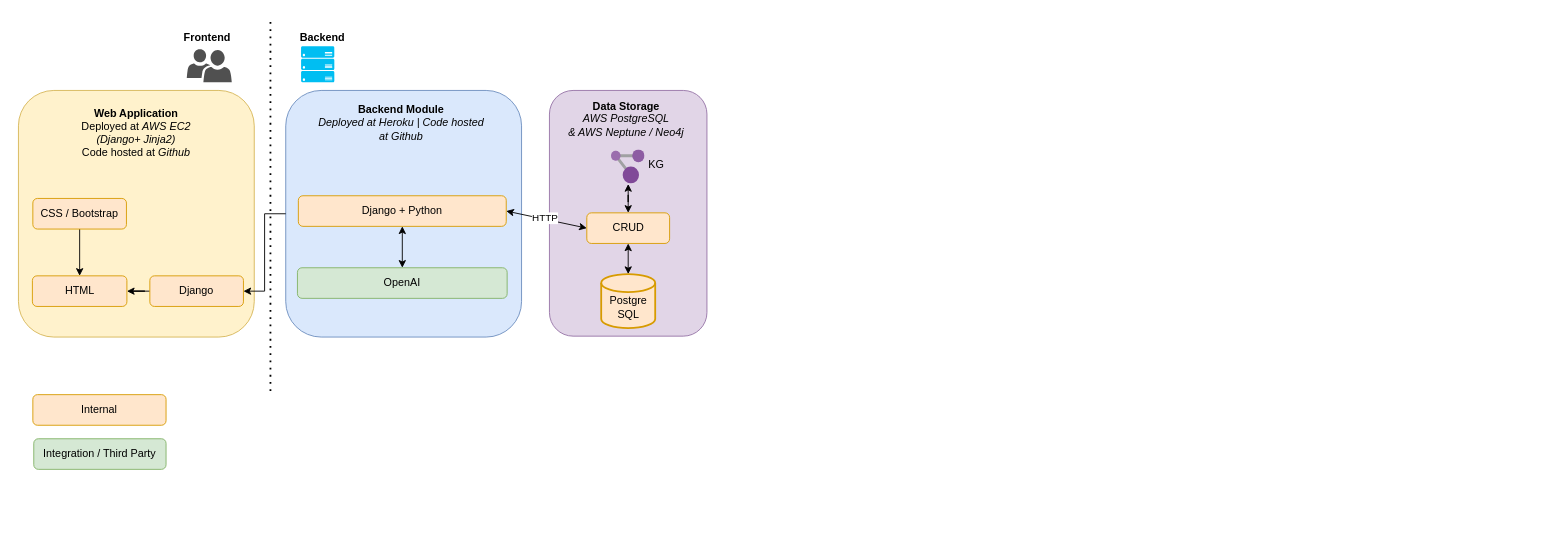
Before: page "Architecture" (1 of 6) of resources/design/PHMS.drawio in TahmeedWolf/PHMS_System_main, a draw.io diagram. Source tidied: cells renumbered, new cells numbered last; positions are measured from the earlier drawing's top-left corner, leaving out a move shared by most shapes. Both pictures are drawn from the tidied source at 90%, with x=0, y=0 at pixel (18, 16).
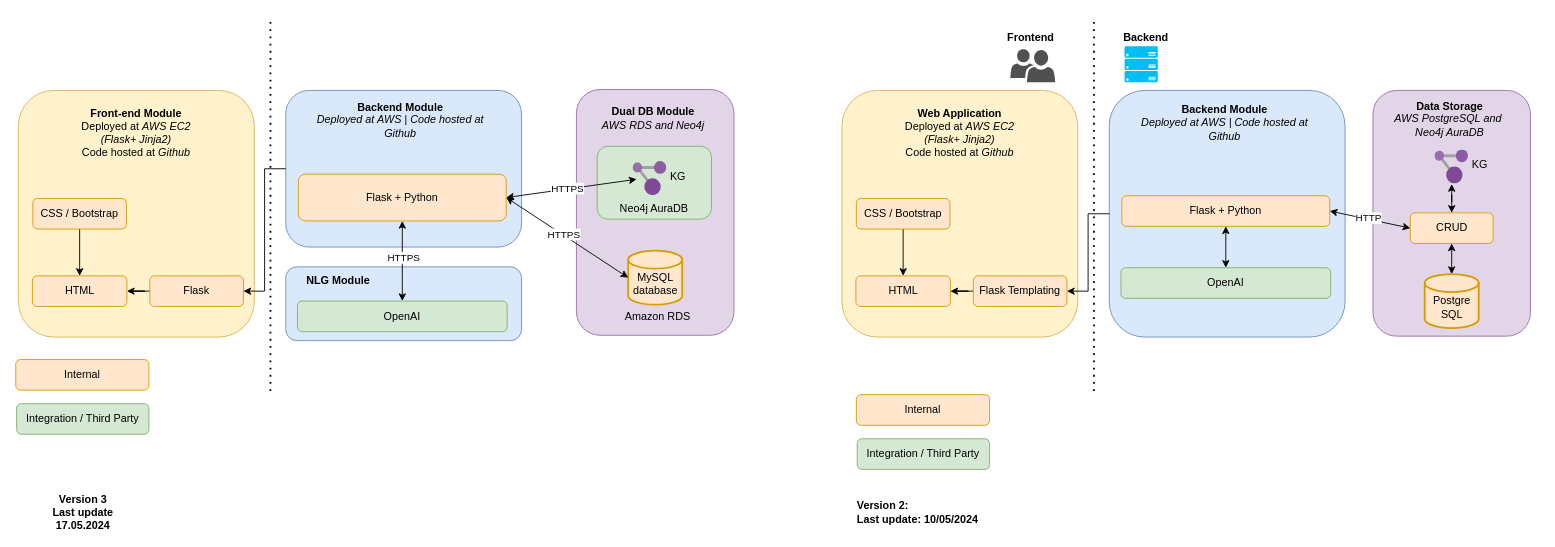
The same page after the edit.

Unchanged cells that the change refers to:
```xml
<mxCell id="9" style="edgeStyle=orthogonalEdgeStyle;rounded=0;jettySize=auto;html=1;startArrow=classic;startFill=1;" parent="1" edge="1" source="10" target="11">
  <mxGeometry relative="1" as="geometry" />
</mxCell>
```

Diff of the diagram source:
```diff
@@
+    <mxCell id="32" style="rounded=1;whiteSpace=wrap;html=1;fillColor=#dae8fc;strokeColor=#6c8ebf;" parent="1" vertex="1">
+      <mxGeometry x="297" y="278" width="262" height="82" as="geometry" />
+    </mxCell>
     <mxCell id="2" style="rounded=1;whiteSpace=wrap;html=1;fillColor=#e1d5e7;strokeColor=#9673a6;" parent="1" vertex="1">
-      <mxGeometry x="590" y="82" width="175" height="273" as="geometry" />
+      <mxGeometry x="620" y="81" width="175" height="273" as="geometry" />
     </mxCell>
+    <mxCell id="6" value="&lt;b&gt;Dual DB Module&lt;/b&gt;&lt;br&gt;&lt;i&gt;AWS RDS and&lt;/i&gt;&lt;i style=&quot;background-color: initial;&quot;&gt;&amp;nbsp;Neo4j&lt;/i&gt;" style="text;html=1;strokeColor=none;fillColor=none;align=center;verticalAlign=middle;whiteSpace=wrap;rounded=0;" parent="1" vertex="1">
+      <mxGeometry x="606" y="93" width="199" height="40" as="geometry" />
+    </mxCell>
+    <mxCell id="33" value="&lt;div&gt;&lt;br&gt;&lt;/div&gt;&lt;div&gt;&lt;br&gt;&lt;/div&gt;&lt;div&gt;&lt;br&gt;&lt;/div&gt;&lt;div&gt;&lt;br&gt;&lt;/div&gt;Neo4j AuraDB" style="rounded=1;whiteSpace=wrap;html=1;fillColor=#d5e8d4;strokeColor=#82b366;" parent="1" vertex="1">
+      <mxGeometry x="643" y="144" width="127" height="81" as="geometry" />
+    </mxCell>
     <mxCell id="3" style="rounded=1;whiteSpace=wrap;html=1;fillColor=#dae8fc;strokeColor=#6c8ebf;" parent="1" vertex="1">
-      <mxGeometry x="297" y="82" width="262" height="274" as="geometry" />
+      <mxGeometry x="297" y="82" width="262" height="174" as="geometry" />
     </mxCell>
@@
-    <mxCell id="5" value="&lt;br&gt;Postgre&lt;br&gt;SQL" style="strokeWidth=2;html=1;shape=mxgraph.flowchart.database;whiteSpace=wrap;fillColor=#ffe6cc;strokeColor=#d79b00;" parent="1" vertex="1">
-      <mxGeometry x="647.5" y="286" width="60" height="60" as="geometry" />
+    <mxCell id="5" value="&lt;div&gt;&lt;br&gt;&lt;/div&gt;MySQL&lt;div&gt;database&lt;/div&gt;" style="strokeWidth=2;html=1;shape=mxgraph.flowchart.database;whiteSpace=wrap;fillColor=#ffe6cc;strokeColor=#d79b00;" parent="1" vertex="1">
+      <mxGeometry x="677.5" y="260" width="60" height="60" as="geometry" />
     </mxCell>
-    <mxCell id="6" value="&lt;b&gt;Data Storage&lt;/b&gt;&lt;br&gt;&lt;i&gt;AWS PostgreSQL&lt;/i&gt;&lt;div&gt;&lt;i&gt;&amp;amp; AWS Neptune / Neo4j&lt;/i&gt;&lt;/div&gt;" style="text;html=1;strokeColor=none;fillColor=none;align=center;verticalAlign=middle;whiteSpace=wrap;rounded=0;" parent="1" vertex="1">
-      <mxGeometry x="576" y="94" width="199" height="40" as="geometry" />
-    </mxCell>
-    <mxCell id="7" style="edgeStyle=orthogonalEdgeStyle;rounded=0;jettySize=auto;html=1;startArrow=classic;startFill=1;" parent="1" edge="1" source="8" target="28">
-      <mxGeometry relative="1" as="geometry" />
-    </mxCell>
-    <mxCell id="8" value="CRUD" style="rounded=1;whiteSpace=wrap;html=1;fillColor=#ffe6cc;strokeColor=#d79b00;" parent="1" vertex="1">
-      <mxGeometry x="631.5" y="218" width="92" height="34" as="geometry" />
-    </mxCell>
@@
+    <mxCell id="34" value="HTTPS" style="edgeLabel;html=1;align=center;verticalAlign=middle;" parent="9" vertex="1">
+      <mxGeometry x="0.09" y="-1" relative="1" as="geometry" />
+    </mxCell>
     <mxCell id="10" value="OpenAI" style="rounded=1;whiteSpace=wrap;html=1;fillColor=#d5e8d4;strokeColor=#82b366;" parent="1" vertex="1">
-      <mxGeometry x="310" y="279" width="233" height="34" as="geometry" />
+      <mxGeometry x="310" y="316" width="233" height="34" as="geometry" />
     </mxCell>
-    <mxCell id="11" value="Django + Python" style="rounded=1;whiteSpace=wrap;html=1;fillColor=#ffe6cc;strokeColor=#d79b00;" parent="1" vertex="1">
-      <mxGeometry x="311" y="199" width="231" height="34" as="geometry" />
+    <mxCell id="11" value="Flask + Python" style="rounded=1;whiteSpace=wrap;html=1;fillColor=#ffe6cc;strokeColor=#d79b00;" parent="1" vertex="1">
+      <mxGeometry x="311" y="175" width="231" height="52" as="geometry" />
     </mxCell>
-    <mxCell id="12" value="&lt;b&gt;Backend Module&lt;/b&gt;&lt;br&gt;&lt;i&gt;Deployed at Heroku | Code hosted at Github&lt;/i&gt;" style="text;html=1;strokeColor=none;fillColor=none;align=center;verticalAlign=middle;whiteSpace=wrap;rounded=0;" parent="1" vertex="1">
-      <mxGeometry x="326" y="98" width="199" height="40" as="geometry" />
+    <mxCell id="12" value="&lt;b&gt;Backend Module&lt;/b&gt;&lt;br&gt;&lt;i&gt;Deployed at AWS | Code hosted at Github&lt;/i&gt;" style="text;html=1;strokeColor=none;fillColor=none;align=center;verticalAlign=middle;whiteSpace=wrap;rounded=0;" parent="1" vertex="1">
+      <mxGeometry x="325" y="95" width="199" height="40" as="geometry" />
     </mxCell>
-    <mxCell id="13" value="&lt;b&gt;Web Application&lt;/b&gt;&lt;br&gt;Deployed at &lt;i&gt;AWS EC2&lt;br&gt;(Django+ Jinja2)&lt;/i&gt;&lt;br style=&quot;border-color: var(--border-color);&quot;&gt;Code hosted at &lt;i&gt;Github&lt;/i&gt;" style="text;html=1;strokeColor=none;fillColor=none;align=center;verticalAlign=middle;whiteSpace=wrap;rounded=0;" parent="1" vertex="1">
+    <mxCell id="13" value="&lt;b&gt;Front-end Module&lt;/b&gt;&lt;br&gt;Deployed at &lt;i&gt;AWS EC2&lt;br&gt;(Flask+ Jinja2)&lt;/i&gt;&lt;br style=&quot;border-color: var(--border-color);&quot;&gt;Code hosted at &lt;i&gt;Github&lt;/i&gt;" style="text;html=1;strokeColor=none;fillColor=none;align=center;verticalAlign=middle;whiteSpace=wrap;rounded=0;" parent="1" vertex="1">
       <mxGeometry x="26" y="115" width="209.8" height="27" as="geometry" />
     </mxCell>
@@
-    <mxCell id="18" value="Django" style="rounded=1;whiteSpace=wrap;html=1;fillColor=#ffe6cc;strokeColor=#d79b00;" parent="1" vertex="1">
+    <mxCell id="18" value="Flask" style="rounded=1;whiteSpace=wrap;html=1;fillColor=#ffe6cc;strokeColor=#d79b00;" parent="1" vertex="1">
       <mxGeometry x="146" y="288" width="104" height="34" as="geometry" />
     </mxCell>
@@
-    <mxCell id="20" style="endArrow=classic;startArrow=classic;html=1;rounded=0;entryX=0;entryY=0.5;entryDx=0;entryDy=0;exitX=1;exitY=0.5;exitDx=0;exitDy=0;" parent="1" edge="1" source="11" target="8">
+    <mxCell id="20" style="endArrow=classic;startArrow=classic;html=1;rounded=0;exitX=1;exitY=0.5;exitDx=0;exitDy=0;entryX=0.102;entryY=0.518;entryDx=0;entryDy=0;entryPerimeter=0;" parent="1" edge="1" source="11" target="28">
       <mxGeometry relative="1" as="geometry" />
     </mxCell>
-    <mxCell id="21" value="HTTP" style="edgeLabel;html=1;align=center;verticalAlign=middle;" parent="20" vertex="1">
+    <mxCell id="21" value="HTTPS" style="edgeLabel;html=1;align=center;verticalAlign=middle;" parent="20" vertex="1">
       <mxGeometry x="-0.07" y="1" relative="1" as="geometry" />
     </mxCell>
-    <mxCell id="22" style="endArrow=classic;startArrow=classic;html=1;rounded=0;entryX=0.5;entryY=1;entryDx=0;entryDy=0;exitX=0.5;exitY=0;exitDx=0;exitDy=0;exitPerimeter=0;" parent="1" edge="1" source="5" target="8">
-      <mxGeometry relative="1" as="geometry" />
-    </mxCell>
@@
-    <mxCell id="24" value="&lt;b&gt;Backend&lt;/b&gt;" style="text;html=1;strokeColor=none;fillColor=none;align=center;verticalAlign=middle;whiteSpace=wrap;rounded=0;" parent="1" vertex="1">
-      <mxGeometry x="284" y="4" width="108" height="40" as="geometry" />
-    </mxCell>
-    <mxCell id="25" value="&lt;b&gt;Frontend&lt;/b&gt;" style="text;html=1;strokeColor=none;fillColor=none;align=center;verticalAlign=middle;whiteSpace=wrap;rounded=0;" parent="1" vertex="1">
-      <mxGeometry x="156" y="4" width="108" height="40" as="geometry" />
+    <mxCell id="25" value="&lt;b&gt;Version 3&lt;br&gt;Last update 17.05.2024&lt;/b&gt;" style="text;html=1;strokeColor=none;fillColor=none;align=center;verticalAlign=middle;whiteSpace=wrap;rounded=0;" parent="1" vertex="1">
+      <mxGeometry x="18" y="531" width="108" height="40" as="geometry" />
     </mxCell>
-    <mxCell id="26" style="verticalLabelPosition=bottom;html=1;verticalAlign=top;align=center;strokeColor=none;fillColor=#00BEF2;shape=mxgraph.azure.server_rack;" parent="1" vertex="1">
-      <mxGeometry x="314" y="33" width="37" height="40" as="geometry" />
-    </mxCell>
-    <mxCell id="27" style="sketch=0;shadow=0;dashed=0;html=1;strokeColor=none;labelPosition=center;verticalLabelPosition=bottom;verticalAlign=top;align=center;fillColor=#505050;shape=mxgraph.mscae.intune.user_group;" parent="1" vertex="1">
-      <mxGeometry x="187" y="36" width="50" height="37" as="geometry" />
-    </mxCell>
     <mxCell id="28" style="image;sketch=0;html=1;points=[];align=center;fontSize=12;image=img/lib/mscae/Resource_Graph_Explorer.svg;imageBackground=none;" parent="1" vertex="1">
-      <mxGeometry x="658.9" y="148" width="37.2" height="38" as="geometry" />
+      <mxGeometry x="683" y="161" width="37.2" height="38" as="geometry" />
     </mxCell>
     <mxCell id="29" value="&lt;span&gt;KG&lt;/span&gt;" style="text;html=1;strokeColor=none;fillColor=none;align=center;verticalAlign=middle;whiteSpace=wrap;rounded=0;fontStyle=0;" parent="1" vertex="1">
-      <mxGeometry x="692" y="145" width="34" height="40" as="geometry" />
+      <mxGeometry x="716.1" y="158" width="34" height="40" as="geometry" />
     </mxCell>
     <mxCell id="30" value="Internal" style="rounded=1;whiteSpace=wrap;html=1;fillColor=#ffe6cc;strokeColor=#d79b00;" parent="1" vertex="1">
-      <mxGeometry x="16" y="420" width="148" height="34" as="geometry" />
+      <mxGeometry x="-3" y="381" width="148" height="34" as="geometry" />
     </mxCell>
     <mxCell id="31" value="Integration / Third Party" style="rounded=1;whiteSpace=wrap;html=1;fillColor=#d5e8d4;strokeColor=#82b366;" parent="1" vertex="1">
-      <mxGeometry x="17" y="469" width="147" height="34" as="geometry" />
+      <mxGeometry x="-2" y="430" width="147" height="34" as="geometry" />
     </mxCell>
+    <mxCell id="35" style="rounded=1;whiteSpace=wrap;html=1;fillColor=#e1d5e7;strokeColor=#9673a6;" parent="1" vertex="1">
+      <mxGeometry x="1505" y="82" width="175" height="273" as="geometry" />
+    </mxCell>
+    <mxCell id="36" style="rounded=1;whiteSpace=wrap;html=1;fillColor=#dae8fc;strokeColor=#6c8ebf;" parent="1" vertex="1">
+      <mxGeometry x="1212" y="82" width="262" height="274" as="geometry" />
+    </mxCell>
+    <mxCell id="37" style="rounded=1;whiteSpace=wrap;html=1;fillColor=#fff2cc;strokeColor=#d6b656;" parent="1" vertex="1">
+      <mxGeometry x="915" y="82" width="262" height="274" as="geometry" />
+    </mxCell>
+    <mxCell id="38" value="&lt;br&gt;Postgre&lt;br&gt;SQL" style="strokeWidth=2;html=1;shape=mxgraph.flowchart.database;whiteSpace=wrap;fillColor=#ffe6cc;strokeColor=#d79b00;" parent="1" vertex="1">
+      <mxGeometry x="1562.5" y="286" width="60" height="60" as="geometry" />
+    </mxCell>
+    <mxCell id="39" value="&lt;b&gt;Data Storage&lt;/b&gt;&lt;br&gt;&lt;i&gt;AWS PostgreSQL&lt;/i&gt;&lt;i style=&quot;background-color: initial;&quot;&gt;&amp;nbsp;and&amp;nbsp;&lt;/i&gt;&lt;div&gt;&lt;i style=&quot;background-color: initial;&quot;&gt;Neo4j AuraDB&lt;/i&gt;&lt;/div&gt;" style="text;html=1;strokeColor=none;fillColor=none;align=center;verticalAlign=middle;whiteSpace=wrap;rounded=0;" parent="1" vertex="1">
+      <mxGeometry x="1491" y="94" width="199" height="40" as="geometry" />
+    </mxCell>
+    <mxCell id="40" style="edgeStyle=orthogonalEdgeStyle;rounded=0;jettySize=auto;html=1;startArrow=classic;startFill=1;" parent="1" edge="1" source="8" target="59">
+      <mxGeometry relative="1" as="geometry" />
+    </mxCell>
+    <mxCell id="8" value="CRUD" style="rounded=1;whiteSpace=wrap;html=1;fillColor=#ffe6cc;strokeColor=#d79b00;" parent="1" vertex="1">
+      <mxGeometry x="1546.5" y="218" width="92" height="34" as="geometry" />
+    </mxCell>
+    <mxCell id="41" style="edgeStyle=orthogonalEdgeStyle;rounded=0;jettySize=auto;html=1;startArrow=classic;startFill=1;" parent="1" edge="1" source="42" target="43">
+      <mxGeometry relative="1" as="geometry" />
+    </mxCell>
+    <mxCell id="42" value="OpenAI" style="rounded=1;whiteSpace=wrap;html=1;fillColor=#d5e8d4;strokeColor=#82b366;" parent="1" vertex="1">
+      <mxGeometry x="1225" y="279" width="233" height="34" as="geometry" />
+    </mxCell>
+    <mxCell id="43" value="Flask + Python" style="rounded=1;whiteSpace=wrap;html=1;fillColor=#ffe6cc;strokeColor=#d79b00;" parent="1" vertex="1">
+      <mxGeometry x="1226" y="199" width="231" height="34" as="geometry" />
+    </mxCell>
+    <mxCell id="44" value="&lt;b&gt;Backend Module&lt;/b&gt;&lt;br&gt;&lt;i&gt;Deployed at AWS | Code hosted at Github&lt;/i&gt;" style="text;html=1;strokeColor=none;fillColor=none;align=center;verticalAlign=middle;whiteSpace=wrap;rounded=0;" parent="1" vertex="1">
+      <mxGeometry x="1241" y="98" width="199" height="40" as="geometry" />
+    </mxCell>
+    <mxCell id="45" value="&lt;b&gt;Web Application&lt;/b&gt;&lt;br&gt;Deployed at &lt;i&gt;AWS EC2&lt;br&gt;(Flask+ Jinja2)&lt;/i&gt;&lt;br style=&quot;border-color: var(--border-color);&quot;&gt;Code hosted at &lt;i&gt;Github&lt;/i&gt;" style="text;html=1;strokeColor=none;fillColor=none;align=center;verticalAlign=middle;whiteSpace=wrap;rounded=0;" parent="1" vertex="1">
+      <mxGeometry x="941" y="115" width="209.8" height="27" as="geometry" />
+    </mxCell>
+    <mxCell id="46" value="HTML" style="rounded=1;whiteSpace=wrap;html=1;fillColor=#ffe6cc;strokeColor=#d79b00;" parent="1" vertex="1">
+      <mxGeometry x="930.5" y="288" width="105" height="34" as="geometry" />
+    </mxCell>
+    <mxCell id="47" style="edgeStyle=orthogonalEdgeStyle;rounded=0;jettySize=auto;html=1;entryX=0.5;entryY=0;entryDx=0;entryDy=0;" parent="1" edge="1" source="48" target="46">
+      <mxGeometry relative="1" as="geometry" />
+    </mxCell>
+    <mxCell id="48" value="CSS / Bootstrap" style="rounded=1;whiteSpace=wrap;html=1;fillColor=#ffe6cc;strokeColor=#d79b00;" parent="1" vertex="1">
+      <mxGeometry x="931" y="202" width="104" height="34" as="geometry" />
+    </mxCell>
+    <mxCell id="49" style="edgeStyle=orthogonalEdgeStyle;rounded=0;jettySize=auto;html=1;" parent="1" edge="1" source="50" target="46">
+      <mxGeometry relative="1" as="geometry" />
+    </mxCell>
+    <mxCell id="50" value="Flask Templating" style="rounded=1;whiteSpace=wrap;html=1;fillColor=#ffe6cc;strokeColor=#d79b00;" parent="1" vertex="1">
+      <mxGeometry x="1061" y="288" width="104" height="34" as="geometry" />
+    </mxCell>
+    <mxCell id="51" style="edgeStyle=orthogonalEdgeStyle;rounded=0;jettySize=auto;html=1;entryX=1;entryY=0.5;entryDx=0;entryDy=0;" parent="1" edge="1" source="36" target="50">
+      <mxGeometry relative="1" as="geometry" />
+    </mxCell>
+    <mxCell id="52" style="endArrow=classic;startArrow=classic;html=1;rounded=0;entryX=0;entryY=0.5;entryDx=0;entryDy=0;exitX=1;exitY=0.5;exitDx=0;exitDy=0;" parent="1" edge="1" source="43" target="8">
+      <mxGeometry relative="1" as="geometry" />
+    </mxCell>
+    <mxCell id="53" value="HTTP" style="edgeLabel;html=1;align=center;verticalAlign=middle;" parent="52" vertex="1">
+      <mxGeometry x="-0.07" y="1" relative="1" as="geometry" />
+    </mxCell>
+    <mxCell id="54" style="endArrow=classic;startArrow=classic;html=1;rounded=0;entryX=0.5;entryY=1;entryDx=0;entryDy=0;exitX=0.5;exitY=0;exitDx=0;exitDy=0;exitPerimeter=0;" parent="1" edge="1" source="38" target="8">
+      <mxGeometry relative="1" as="geometry" />
+    </mxCell>
+    <mxCell id="55" style="endArrow=none;dashed=1;html=1;dashPattern=1 3;strokeWidth=2;rounded=0;" parent="1" edge="1">
+      <mxGeometry relative="1" as="geometry">
+        <mxPoint x="1195" y="416" as="sourcePoint" />
+        <mxPoint x="1195" as="targetPoint" />
+      </mxGeometry>
+    </mxCell>
+    <mxCell id="24" value="&lt;b&gt;Backend&lt;/b&gt;" style="text;html=1;strokeColor=none;fillColor=none;align=center;verticalAlign=middle;whiteSpace=wrap;rounded=0;" parent="1" vertex="1">
+      <mxGeometry x="1199" y="4" width="108" height="40" as="geometry" />
+    </mxCell>
+    <mxCell id="56" value="&lt;b&gt;Frontend&lt;/b&gt;" style="text;html=1;strokeColor=none;fillColor=none;align=center;verticalAlign=middle;whiteSpace=wrap;rounded=0;" parent="1" vertex="1">
+      <mxGeometry x="1071" y="4" width="108" height="40" as="geometry" />
+    </mxCell>
+    <mxCell id="57" style="verticalLabelPosition=bottom;html=1;verticalAlign=top;align=center;strokeColor=none;fillColor=#00BEF2;shape=mxgraph.azure.server_rack;" parent="1" vertex="1">
+      <mxGeometry x="1229" y="33" width="37" height="40" as="geometry" />
+    </mxCell>
+    <mxCell id="58" style="sketch=0;shadow=0;dashed=0;html=1;strokeColor=none;labelPosition=center;verticalLabelPosition=bottom;verticalAlign=top;align=center;fillColor=#505050;shape=mxgraph.mscae.intune.user_group;" parent="1" vertex="1">
+      <mxGeometry x="1102" y="36" width="50" height="37" as="geometry" />
+    </mxCell>
+    <mxCell id="59" style="image;sketch=0;html=1;points=[];align=center;fontSize=12;image=img/lib/mscae/Resource_Graph_Explorer.svg;imageBackground=none;" parent="1" vertex="1">
+      <mxGeometry x="1573.9" y="148" width="37.2" height="38" as="geometry" />
+    </mxCell>
+    <mxCell id="60" value="&lt;span&gt;KG&lt;/span&gt;" style="text;html=1;strokeColor=none;fillColor=none;align=center;verticalAlign=middle;whiteSpace=wrap;rounded=0;fontStyle=0;" parent="1" vertex="1">
+      <mxGeometry x="1607" y="145" width="34" height="40" as="geometry" />
+    </mxCell>
+    <mxCell id="61" value="Internal" style="rounded=1;whiteSpace=wrap;html=1;fillColor=#ffe6cc;strokeColor=#d79b00;" parent="1" vertex="1">
+      <mxGeometry x="931" y="420" width="148" height="34" as="geometry" />
+    </mxCell>
+    <mxCell id="62" value="Integration / Third Party" style="rounded=1;whiteSpace=wrap;html=1;fillColor=#d5e8d4;strokeColor=#82b366;" parent="1" vertex="1">
+      <mxGeometry x="932" y="469" width="147" height="34" as="geometry" />
+    </mxCell>
+    <mxCell id="63" value="&lt;b&gt;Version 2:&lt;/b&gt;&lt;div&gt;&lt;b&gt;Last update: 10/05/2024&lt;/b&gt;&lt;/div&gt;" style="text;html=1;strokeColor=none;fillColor=none;align=left;verticalAlign=middle;whiteSpace=wrap;rounded=0;" parent="1" vertex="1">
+      <mxGeometry x="930" y="531" width="179" height="40" as="geometry" />
+    </mxCell>
+    <mxCell id="64" style="endArrow=classic;startArrow=classic;html=1;rounded=0;exitX=1;exitY=0.5;exitDx=0;exitDy=0;entryX=0;entryY=0.5;entryDx=0;entryDy=0;entryPerimeter=0;" parent="1" edge="1" source="11" target="5">
+      <mxGeometry relative="1" as="geometry" />
+    </mxCell>
+    <mxCell id="65" value="HTTPS" style="edgeLabel;html=1;align=center;verticalAlign=middle;" parent="64" vertex="1">
+      <mxGeometry x="-0.07" y="1" relative="1" as="geometry" />
+    </mxCell>
+    <mxCell id="66" value="Amazon RDS" style="text;html=1;align=center;verticalAlign=middle;strokeColor=none;fillColor=none;" parent="1" vertex="1">
+      <mxGeometry x="664" y="321" width="91" height="26" as="geometry" />
+    </mxCell>
+    <mxCell id="67" value="&lt;b&gt;NLG Module&lt;/b&gt;" style="text;html=1;strokeColor=none;fillColor=none;align=center;verticalAlign=middle;whiteSpace=wrap;rounded=0;" parent="1" vertex="1">
+      <mxGeometry x="300" y="274" width="111" height="40" as="geometry" />
+    </mxCell>
```
